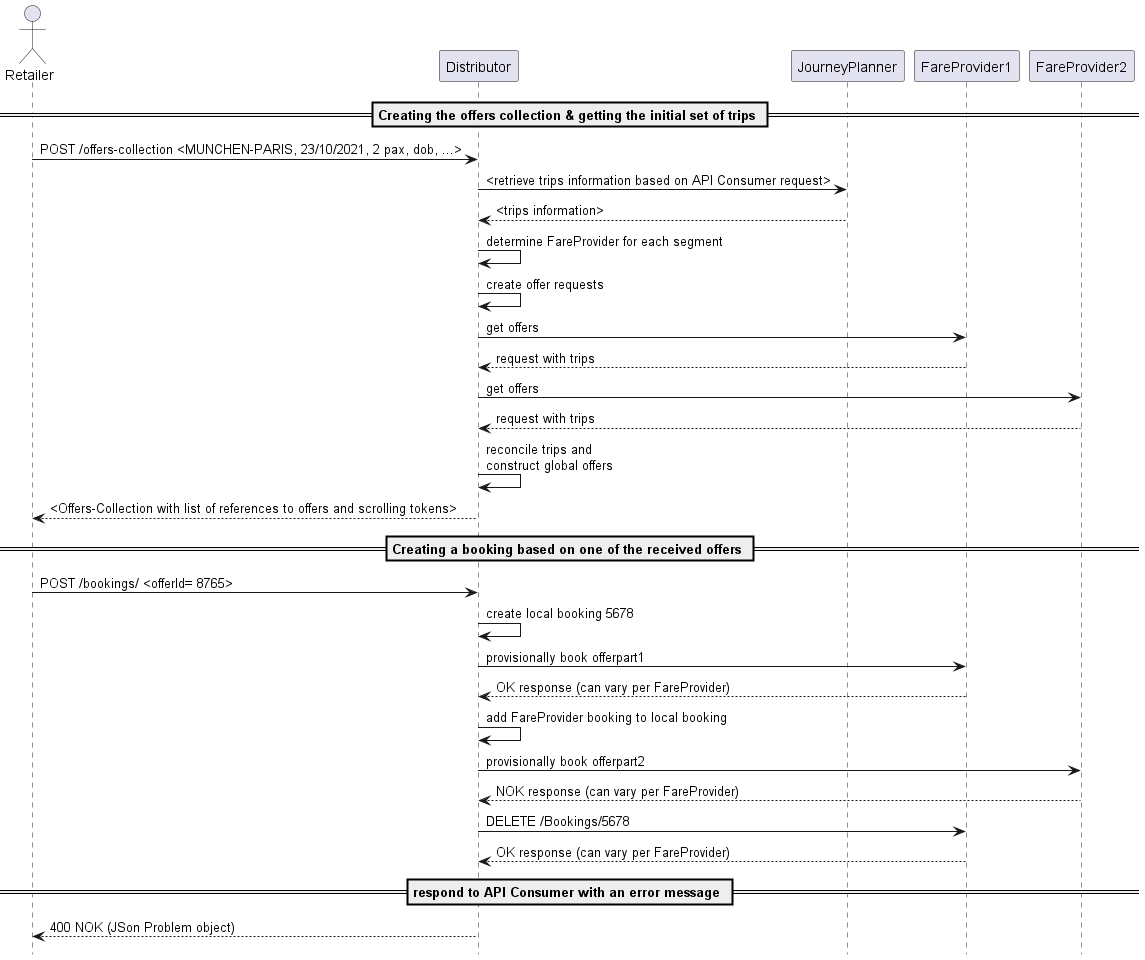
Above: images/processes/seq-handling-partial-success-of-pre-booking.png in UnionInternationalCheminsdeFer/OSDM (PlantUML), before the change. The source it was exported from:
```plantuml
@startuml
hide footbox

actor Retailer

== Creating the offers collection & getting the initial set of trips ==
Retailer -> Distributor: POST /offers-collection <MUNCHEN-PARIS, 23/10/2021, 2 pax, dob, ...>
Distributor -> JourneyPlanner : <retrieve trips information based on API Consumer request>
JourneyPlanner --> Distributor : <trips information>
Distributor -> Distributor: determine FareProvider for each segment
Distributor -> Distributor : create offer requests
Distributor -> FareProvider1: get offers
FareProvider1 --> Distributor : request with trips
Distributor -> FareProvider2: get offers
FareProvider2 --> Distributor : request with trips
Distributor -> Distributor : reconcile trips and \nconstruct global offers
Distributor --> Retailer: <Offers-Collection with list of references to offers and scrolling tokens>

== Creating a booking based on one of the received offers ==
Retailer -> Distributor: POST /bookings/ <offerId= 8765>
Distributor -> Distributor : create local booking 5678
Distributor -> FareProvider1: provisionally book offerpart1
FareProvider1 --> Distributor : OK response (can vary per FareProvider)
Distributor -> Distributor : add FareProvider booking to local booking
Distributor -> FareProvider2: provisionally book offerpart2
FareProvider2 --> Distributor : NOK response (can vary per FareProvider)

Distributor -> FareProvider1: DELETE /Bookings/5678
FareProvider1 --> Distributor : OK response (can vary per FareProvider)

== respond to API Consumer with an error message ==
Distributor --> Retailer: 400 NOK (JSon Problem object)
@enduml
```
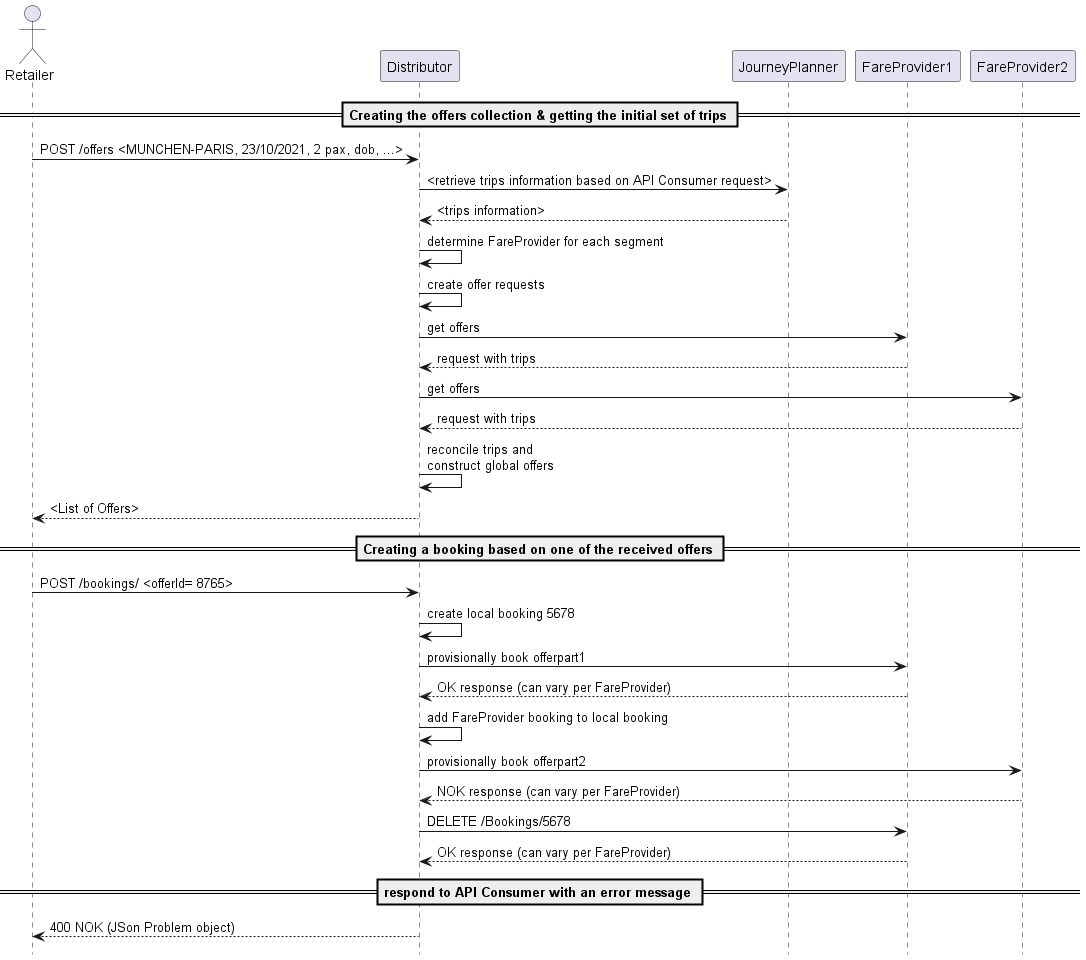
After the commit.

What changed in the source:
```diff
@@ -4,7 +4,7 @@
 actor Retailer
 
 == Creating the offers collection & getting the initial set of trips ==
-Retailer -> Distributor: POST /offers-collection <MUNCHEN-PARIS, 23/10/2021, 2 pax, dob, ...>
+Retailer -> Distributor: POST /offers <MUNCHEN-PARIS, 23/10/2021, 2 pax, dob, ...>
 Distributor -> JourneyPlanner : <retrieve trips information based on API Consumer request>
 JourneyPlanner --> Distributor : <trips information>
 Distributor -> Distributor: determine FareProvider for each segment
@@ -14,7 +14,7 @@
 Distributor -> FareProvider2: get offers
 FareProvider2 --> Distributor : request with trips
 Distributor -> Distributor : reconcile trips and \nconstruct global offers
-Distributor --> Retailer: <Offers-Collection with list of references to offers and scrolling tokens>
+Distributor --> Retailer: <List of Offers>
 
 == Creating a booking based on one of the received offers ==
 Retailer -> Distributor: POST /bookings/ <offerId= 8765>
```
